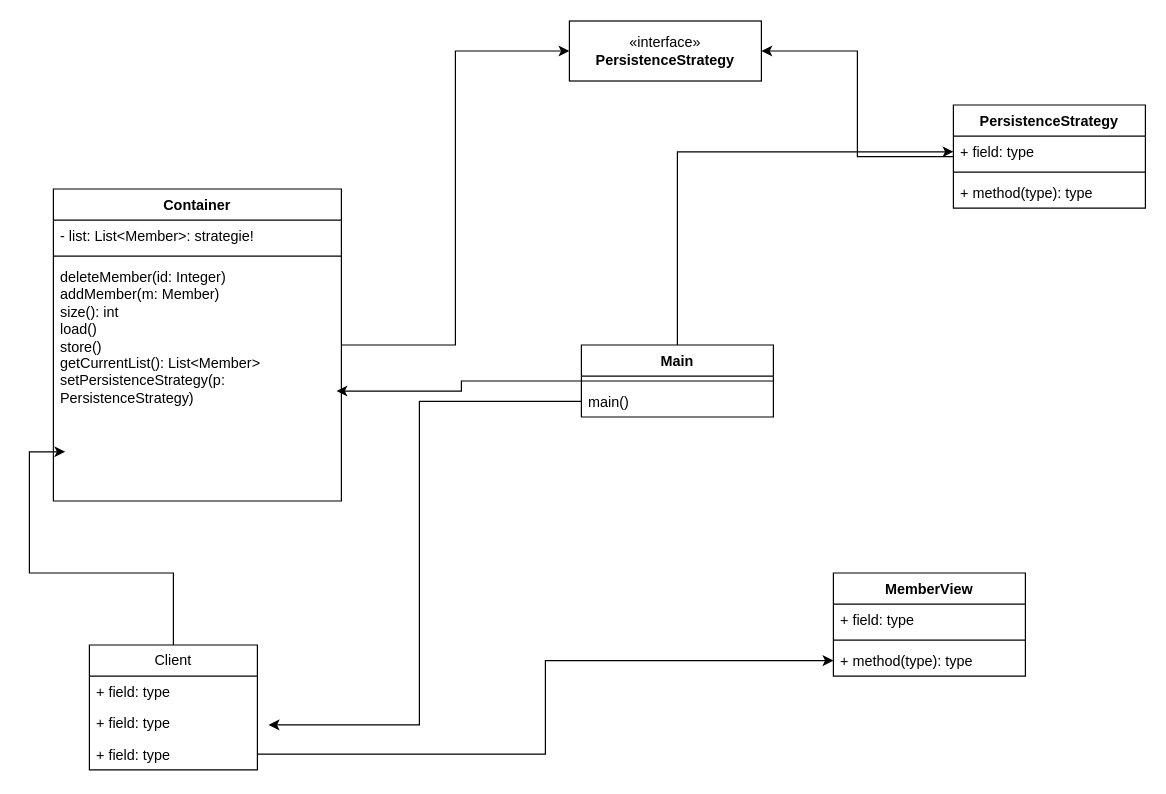
flohof2s/SE1 keeps this draw.io diagram as U3/Klassendiagramm.drawio. Above is the earlier version. Source tidied: cells renumbered, new cells numbered last; positions are measured from the earlier drawing's top-left corner, leaving out a move shared by most shapes. Both pictures are drawn from the tidied source at 120%, with x=0, y=0 at pixel (53, 20).
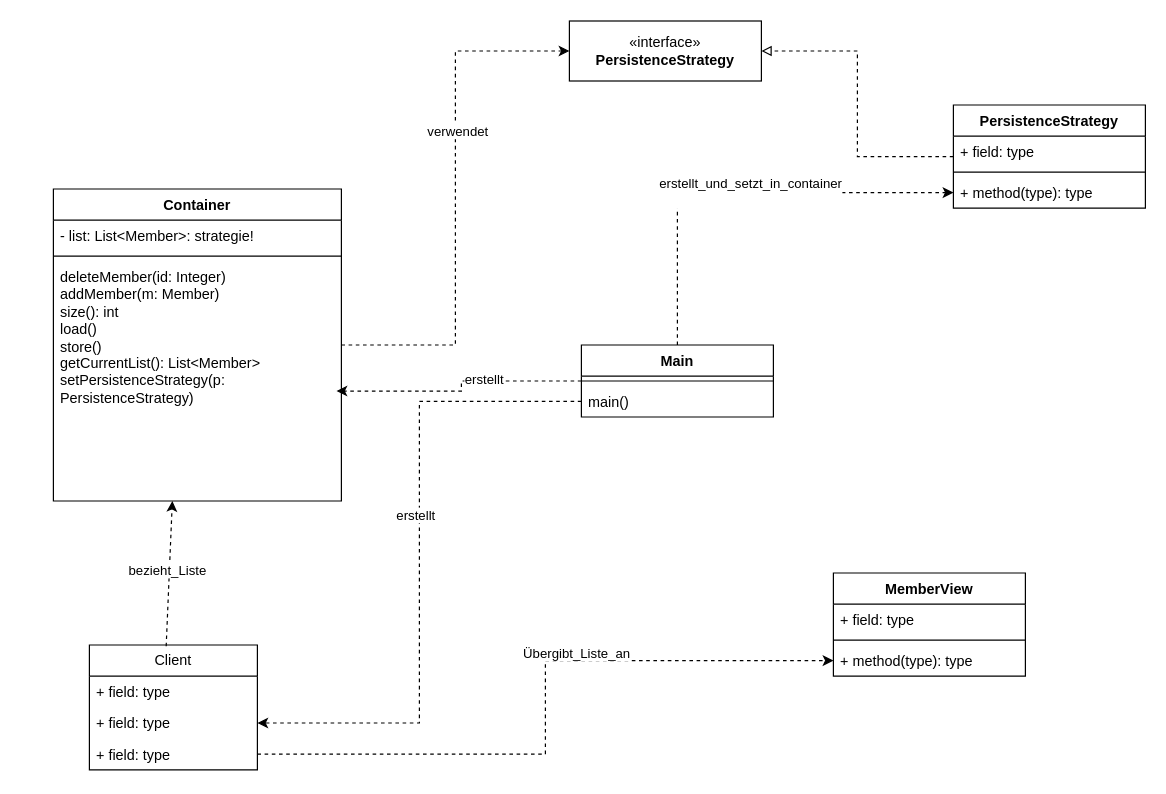
Above is the later version.

The change refers to these unchanged cells:
```xml
<mxCell id="3" value="Container" style="swimlane;fontStyle=1;align=center;verticalAlign=top;horizontal=1;startSize=26;whiteSpace=wrap;html=1;" parent="1" vertex="1">
  <mxGeometry y="140" width="240" height="260" as="geometry" />
</mxCell>
<mxCell id="6" value="deleteMember(id: Integer)&lt;div&gt;addMember(m: Member)&lt;/div&gt;&lt;div&gt;size(): int&lt;/div&gt;&lt;div&gt;load()&lt;/div&gt;&lt;div&gt;store()&lt;/div&gt;&lt;div&gt;getCurrentList(): List&amp;lt;Member&amp;gt;&lt;/div&gt;&lt;div&gt;setPersistenceStrategy(p: PersistenceStrategy)&lt;/div&gt;" style="text;strokeColor=none;fillColor=none;align=left;verticalAlign=top;spacingLeft=4;spacingRight=4;overflow=hidden;points=[[0,0.5],[1,0.5]];portConstraint=eastwest;whiteSpace=wrap;html=1;" parent="3" vertex="1">
  <mxGeometry y="60" width="240" height="200" as="geometry" />
</mxCell>
<mxCell id="7" value="«interface»&lt;br&gt;&lt;b&gt;PersistenceStrategy&lt;/b&gt;" style="html=1;whiteSpace=wrap;" parent="1" vertex="1">
  <mxGeometry x="430" width="160" height="50" as="geometry" />
</mxCell>
<mxCell id="9" value="Main" style="swimlane;fontStyle=1;align=center;verticalAlign=top;horizontal=1;startSize=26;whiteSpace=wrap;html=1;" parent="1" vertex="1">
  <mxGeometry x="440" y="270" width="160" height="60" as="geometry" />
</mxCell>
<mxCell id="11" value="main()" style="text;strokeColor=none;fillColor=none;align=left;verticalAlign=top;spacingLeft=4;spacingRight=4;overflow=hidden;points=[[0,0.5],[1,0.5]];portConstraint=eastwest;whiteSpace=wrap;html=1;" parent="9" vertex="1">
  <mxGeometry y="34" width="160" height="26" as="geometry" />
</mxCell>
<mxCell id="13" value="PersistenceStrategy" style="swimlane;fontStyle=1;align=center;verticalAlign=top;horizontal=1;startSize=26;whiteSpace=wrap;html=1;" parent="1" vertex="1">
  <mxGeometry x="750" y="70" width="160" height="86" as="geometry" />
</mxCell>
<mxCell id="14" value="+ field: type" style="text;strokeColor=none;fillColor=none;align=left;verticalAlign=top;spacingLeft=4;spacingRight=4;overflow=hidden;points=[[0,0.5],[1,0.5]];portConstraint=eastwest;whiteSpace=wrap;html=1;" parent="13" vertex="1">
  <mxGeometry y="26" width="160" height="26" as="geometry" />
</mxCell>
<mxCell id="16" value="+ method(type): type" style="text;strokeColor=none;fillColor=none;align=left;verticalAlign=top;spacingLeft=4;spacingRight=4;overflow=hidden;points=[[0,0.5],[1,0.5]];portConstraint=eastwest;whiteSpace=wrap;html=1;" parent="13" vertex="1">
  <mxGeometry y="60" width="160" height="26" as="geometry" />
</mxCell>
<mxCell id="17" value="Client" style="swimlane;fontStyle=0;horizontal=1;startSize=26;fillColor=none;whiteSpace=wrap;html=1;" parent="1" vertex="1">
  <mxGeometry x="30" y="520" width="140" height="104" as="geometry" />
</mxCell>
<mxCell id="19" value="+ field: type" style="text;strokeColor=none;fillColor=none;align=left;verticalAlign=top;spacingLeft=4;spacingRight=4;overflow=hidden;points=[[0,0.5],[1,0.5]];portConstraint=eastwest;whiteSpace=wrap;html=1;" parent="17" vertex="1">
  <mxGeometry y="52" width="140" height="26" as="geometry" />
</mxCell>
<mxCell id="20" value="+ field: type" style="text;strokeColor=none;fillColor=none;align=left;verticalAlign=top;spacingLeft=4;spacingRight=4;overflow=hidden;points=[[0,0.5],[1,0.5]];portConstraint=eastwest;whiteSpace=wrap;html=1;" parent="17" vertex="1">
  <mxGeometry y="78" width="140" height="26" as="geometry" />
</mxCell>
<mxCell id="24" value="+ method(type): type" style="text;strokeColor=none;fillColor=none;align=left;verticalAlign=top;spacingLeft=4;spacingRight=4;overflow=hidden;points=[[0,0.5],[1,0.5]];portConstraint=eastwest;whiteSpace=wrap;html=1;" parent="21" vertex="1">
  <mxGeometry y="60" width="160" height="26" as="geometry" />
</mxCell>
```

Diff of the diagram source:
```diff
@@
-    <mxCell id="2" style="edgeStyle=orthogonalEdgeStyle;rounded=0;jettySize=auto;html=1;entryX=0;entryY=0.5;entryDx=0;entryDy=0;" parent="1" edge="1" source="3" target="7">
+    <mxCell id="2" style="edgeStyle=orthogonalEdgeStyle;rounded=0;jettySize=auto;html=1;entryX=0;entryY=0.5;entryDx=0;entryDy=0;dashed=1;" parent="1" edge="1" source="3" target="7">
       <mxGeometry relative="1" as="geometry" />
     </mxCell>
+    <mxCell id="29" value="verwendet" style="edgeLabel;html=1;align=center;verticalAlign=middle;" parent="2" vertex="1">
+      <mxGeometry x="0.26" y="-1" relative="1" as="geometry" />
+    </mxCell>
@@
-    <mxCell id="8" style="edgeStyle=orthogonalEdgeStyle;rounded=0;jettySize=auto;html=1;entryX=0;entryY=0.5;entryDx=0;entryDy=0;" parent="1" edge="1" source="9" target="14">
+    <mxCell id="8" style="edgeStyle=orthogonalEdgeStyle;rounded=0;jettySize=auto;html=1;entryX=0;entryY=0.5;entryDx=0;entryDy=0;dashed=1;" parent="1" edge="1" source="9" target="16">
       <mxGeometry relative="1" as="geometry" />
     </mxCell>
+    <mxCell id="30" value="erstellt_und_setzt_in_container&lt;div&gt;&lt;br&gt;&lt;/div&gt;" style="edgeLabel;html=1;align=center;verticalAlign=middle;" parent="8" vertex="1">
+      <mxGeometry x="0.05" y="1" relative="1" as="geometry" />
+    </mxCell>
@@
-    <mxCell id="12" style="edgeStyle=orthogonalEdgeStyle;rounded=0;jettySize=auto;html=1;entryX=1;entryY=0.5;entryDx=0;entryDy=0;" parent="1" edge="1" source="13" target="7">
+    <mxCell id="12" style="edgeStyle=orthogonalEdgeStyle;rounded=0;jettySize=auto;html=1;entryX=1;entryY=0.5;entryDx=0;entryDy=0;dashed=1;endArrow=block;endFill=0;" parent="1" edge="1" source="13" target="7">
       <mxGeometry relative="1" as="geometry" />
     </mxCell>
@@
-    <mxCell id="25" style="edgeStyle=orthogonalEdgeStyle;rounded=0;jettySize=auto;html=1;entryX=0.983;entryY=0.542;entryDx=0;entryDy=0;entryPerimeter=0;" parent="1" edge="1" source="9" target="6">
+    <mxCell id="25" style="edgeStyle=orthogonalEdgeStyle;rounded=0;jettySize=auto;html=1;entryX=0.983;entryY=0.542;entryDx=0;entryDy=0;entryPerimeter=0;dashed=1;" parent="1" edge="1" source="9" target="6">
       <mxGeometry relative="1" as="geometry" />
     </mxCell>
+    <mxCell id="31" value="erstellt" style="edgeLabel;html=1;align=center;verticalAlign=middle;" parent="25" vertex="1">
+      <mxGeometry x="-0.23" y="-2" relative="1" as="geometry" />
+    </mxCell>
+    <mxCell id="27" style="edgeStyle=orthogonalEdgeStyle;rounded=0;jettySize=auto;html=1;entryX=1;entryY=0.5;entryDx=0;entryDy=0;dashed=1;" parent="1" edge="1" source="11" target="19">
+      <mxGeometry relative="1" as="geometry" />
+    </mxCell>
+    <mxCell id="32" value="erstellt" style="edgeLabel;html=1;align=center;verticalAlign=middle;" parent="27" vertex="1">
+      <mxGeometry x="-0.15" y="-4" relative="1" as="geometry" />
+    </mxCell>
+    <mxCell id="28" style="edgeStyle=orthogonalEdgeStyle;rounded=0;jettySize=auto;html=1;entryX=0;entryY=0.5;entryDx=0;entryDy=0;dashed=1;" parent="1" edge="1" source="20" target="24">
+      <mxGeometry relative="1" as="geometry" />
+    </mxCell>
+    <mxCell id="33" value="Übergibt_Liste_an" style="edgeLabel;html=1;align=center;verticalAlign=middle;" parent="28" vertex="1">
+      <mxGeometry x="0.23" y="7" relative="1" as="geometry" />
+    </mxCell>
-    <mxCell id="26" style="edgeStyle=orthogonalEdgeStyle;rounded=0;jettySize=auto;html=1;entryX=0.041;entryY=0.795;entryDx=0;entryDy=0;entryPerimeter=0;" parent="1" edge="1" source="17" target="6">
+    <mxCell id="26" style="endArrow=classic;html=1;rounded=0;exitX=0.457;exitY=0.01;exitDx=0;exitDy=0;exitPerimeter=0;entryX=0.413;entryY=1;entryDx=0;entryDy=0;entryPerimeter=0;dashed=1;" parent="1" edge="1" source="17" target="6">
       <mxGeometry relative="1" as="geometry" />
     </mxCell>
-    <mxCell id="27" style="edgeStyle=orthogonalEdgeStyle;rounded=0;jettySize=auto;html=1;entryX=1.067;entryY=0.561;entryDx=0;entryDy=0;entryPerimeter=0;" parent="1" edge="1" source="11" target="19">
-      <mxGeometry relative="1" as="geometry" />
-    </mxCell>
-    <mxCell id="28" style="edgeStyle=orthogonalEdgeStyle;rounded=0;jettySize=auto;html=1;entryX=0;entryY=0.5;entryDx=0;entryDy=0;" parent="1" edge="1" source="20" target="24">
-      <mxGeometry relative="1" as="geometry" />
-    </mxCell>
+    <mxCell id="34" value="bezieht_Liste" style="edgeLabel;html=1;align=center;verticalAlign=middle;" parent="26" vertex="1">
+      <mxGeometry x="0.06" y="2" relative="1" as="geometry" />
+    </mxCell>
```
